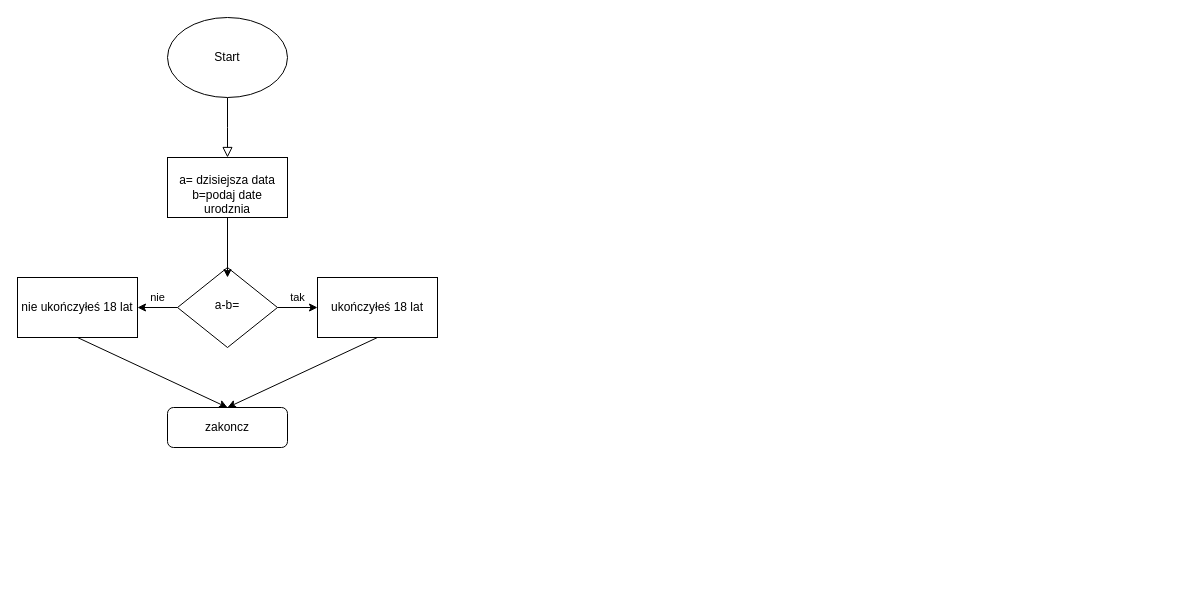
Marcin3865/Warto-bez-wzgledna keeps this draw.io diagram as Diagram bez tytułu.drawio. Above is the earlier version. Source tidied: cells renumbered, new cells numbered last; positions are measured from the earlier drawing's top-left corner, leaving out a move shared by most shapes. Both pictures are drawn from the tidied source at 100%, with x=0, y=0 at pixel (17, 17).
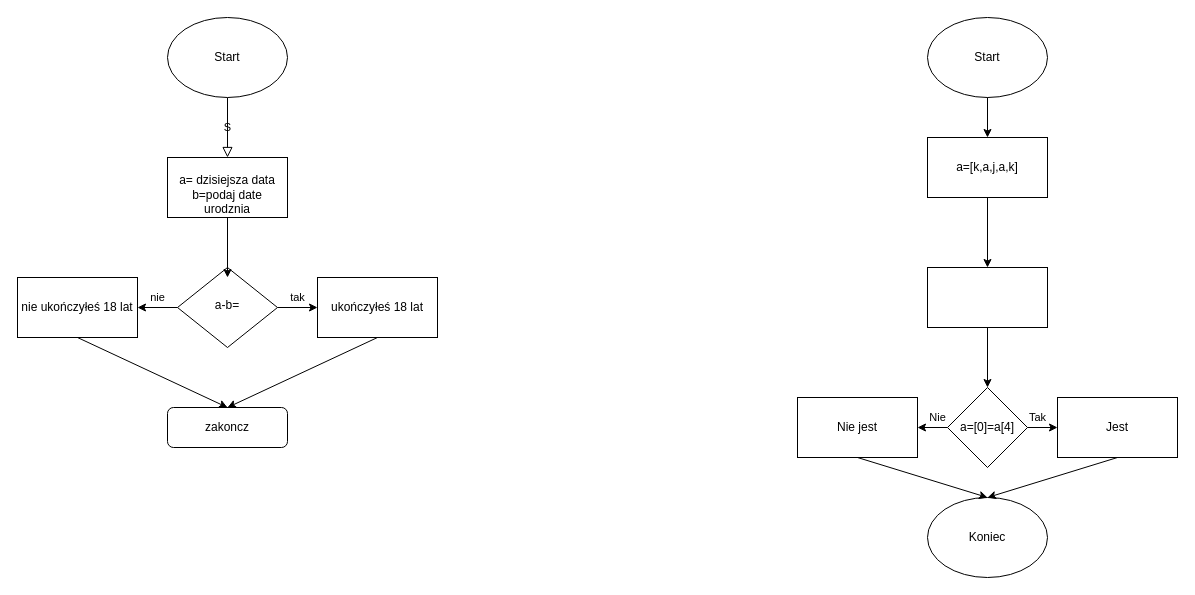
The same diagram, later.

The change refers to these unchanged cells:
```xml
<mxCell id="8" value="Start" style="ellipse;whiteSpace=wrap;html=1;" parent="1" vertex="1">
  <mxGeometry x="150" width="120" height="80" as="geometry" />
</mxCell>
```

Diff of the diagram source:
```diff
@@
-    <mxCell id="2" style="rounded=0;html=1;jettySize=auto;fontSize=11;endArrow=block;endFill=0;endSize=8;strokeWidth=1;shadow=0;labelBackgroundColor=none;edgeStyle=orthogonalEdgeStyle;" parent="1" edge="1" source="8">
+    <mxCell id="2" value="S" style="rounded=0;html=1;jettySize=auto;fontSize=11;endArrow=block;endFill=0;endSize=8;strokeWidth=1;shadow=0;labelBackgroundColor=none;edgeStyle=orthogonalEdgeStyle;" parent="1" edge="1" source="8">
       <mxGeometry relative="1" as="geometry">
         <mxPoint x="210" y="140" as="targetPoint" />
       </mxGeometry>
     </mxCell>
@@
+    <mxCell id="14" value="Start" style="ellipse;whiteSpace=wrap;html=1;" parent="1" vertex="1">
+      <mxGeometry x="910" width="120" height="80" as="geometry" />
+    </mxCell>
+    <mxCell id="15" value="a=[k,a,j,a,k]" style="rounded=0;whiteSpace=wrap;html=1;" parent="1" vertex="1">
+      <mxGeometry x="910" y="120" width="120" height="60" as="geometry" />
+    </mxCell>
+    <mxCell id="16" style="endArrow=classic;html=1;rounded=0;entryX=0.5;entryY=0;entryDx=0;entryDy=0;exitX=0.5;exitY=1;exitDx=0;exitDy=0;" parent="1" edge="1" source="14" target="15">
+      <mxGeometry relative="1" as="geometry" />
+    </mxCell>
+    <mxCell id="17" style="endArrow=classic;html=1;rounded=0;exitX=0.5;exitY=1;exitDx=0;exitDy=0;" parent="1" edge="1" source="15" target="26">
+      <mxGeometry relative="1" as="geometry" />
+    </mxCell>
+    <mxCell id="18" value="a=[0]=a[4]" style="rhombus;whiteSpace=wrap;html=1;" parent="1" vertex="1">
+      <mxGeometry x="930" y="370" width="80" height="80" as="geometry" />
+    </mxCell>
+    <mxCell id="19" value="Jest" style="rounded=0;whiteSpace=wrap;html=1;" parent="1" vertex="1">
+      <mxGeometry x="1040" y="380" width="120" height="60" as="geometry" />
+    </mxCell>
+    <mxCell id="20" value="Nie jest" style="rounded=0;whiteSpace=wrap;html=1;" parent="1" vertex="1">
+      <mxGeometry x="780" y="380" width="120" height="60" as="geometry" />
+    </mxCell>
+    <mxCell id="21" value="Nie" style="endArrow=classic;html=1;rounded=0;entryX=1;entryY=0.5;entryDx=0;entryDy=0;exitX=0;exitY=0.5;exitDx=0;exitDy=0;" parent="1" edge="1" source="18" target="20">
+      <mxGeometry x="-0.33" y="-10" relative="1" as="geometry" />
+    </mxCell>
+    <mxCell id="22" value="Tak" style="endArrow=classic;html=1;rounded=0;entryX=0;entryY=0.5;entryDx=0;entryDy=0;exitX=1;exitY=0.5;exitDx=0;exitDy=0;" parent="1" edge="1" source="18" target="19">
+      <mxGeometry x="-0.33" y="10" relative="1" as="geometry" />
+    </mxCell>
+    <mxCell id="23" value="Koniec" style="ellipse;whiteSpace=wrap;html=1;" parent="1" vertex="1">
+      <mxGeometry x="910" y="480" width="120" height="80" as="geometry" />
+    </mxCell>
+    <mxCell id="24" style="endArrow=classic;html=1;rounded=0;entryX=0.5;entryY=0;entryDx=0;entryDy=0;exitX=0.5;exitY=1;exitDx=0;exitDy=0;" parent="1" edge="1" source="20" target="23">
+      <mxGeometry relative="1" as="geometry" />
+    </mxCell>
+    <mxCell id="25" style="endArrow=classic;html=1;rounded=0;exitX=0.5;exitY=1;exitDx=0;exitDy=0;entryX=0.5;entryY=0;entryDx=0;entryDy=0;" parent="1" edge="1" source="19" target="23">
+      <mxGeometry relative="1" as="geometry" />
+    </mxCell>
+    <mxCell id="26" style="rounded=0;whiteSpace=wrap;html=1;" parent="1" vertex="1">
+      <mxGeometry x="910" y="250" width="120" height="60" as="geometry" />
+    </mxCell>
+    <mxCell id="27" style="endArrow=classic;html=1;rounded=0;entryX=0.5;entryY=0;entryDx=0;entryDy=0;exitX=0.5;exitY=1;exitDx=0;exitDy=0;" parent="1" edge="1" source="26" target="18">
+      <mxGeometry relative="1" as="geometry" />
+    </mxCell>
```
